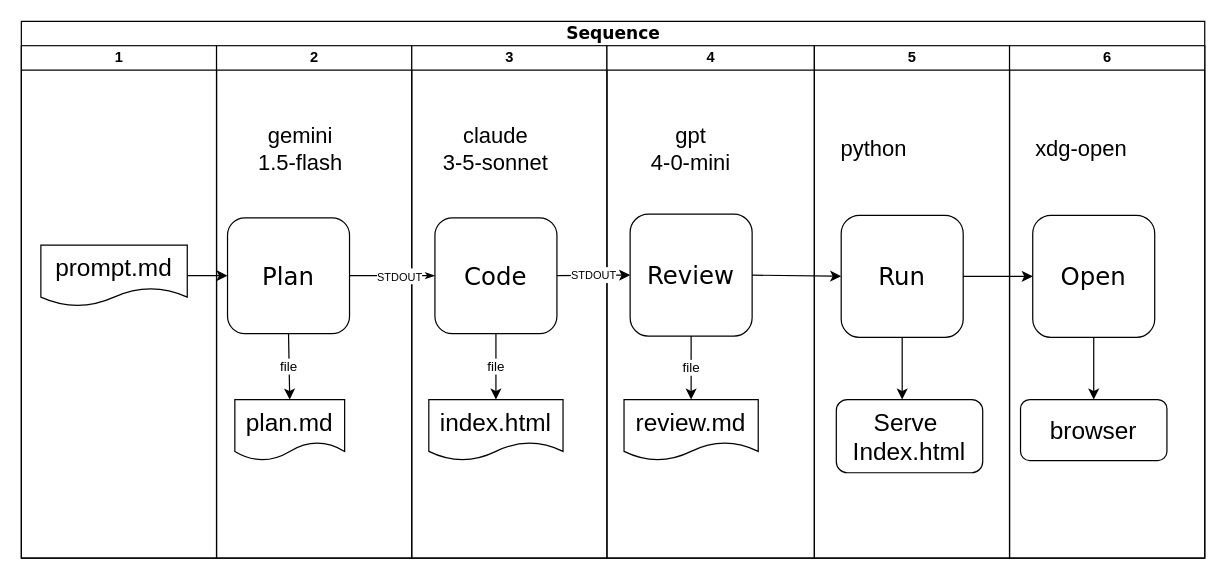
Above: doc/sqirvy.drawio in dmh2000/sqirvy-ai (draw.io), before the change. Source tidied: cells renumbered, new cells numbered last; positions are measured from the earlier drawing's top-left corner, leaving out a move shared by most shapes. Both pictures are drawn from the tidied source at 122%, with x=0, y=0 at pixel (21, 21).
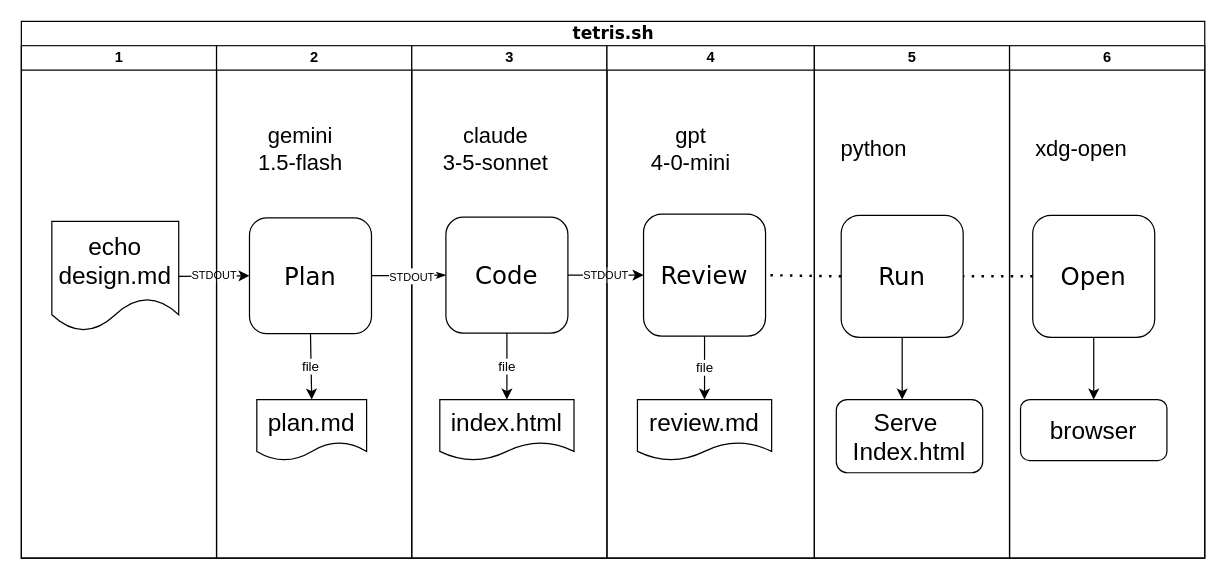
After the change.

The change refers to these unchanged cells:
```xml
<mxCell id="3" value="1" style="swimlane;html=1;startSize=20;" parent="2" vertex="1">
  <mxGeometry y="20" width="160" height="420" as="geometry" />
</mxCell>
<mxCell id="10" value="2" style="swimlane;html=1;startSize=20;" parent="2" vertex="1">
  <mxGeometry x="160" y="20" width="160" height="420" as="geometry" />
</mxCell>
<mxCell id="15" value="3" style="swimlane;html=1;startSize=20;" parent="2" vertex="1">
  <mxGeometry x="320" y="20" width="160" height="420" as="geometry" />
</mxCell>
<mxCell id="21" value="&lt;font style=&quot;font-size: 20px;&quot;&gt;Run&lt;/font&gt;" style="rounded=1;whiteSpace=wrap;html=1;shadow=0;labelBackgroundColor=none;strokeWidth=1;fontFamily=Verdana;fontSize=8;align=center;" parent="20" vertex="1">
  <mxGeometry x="192" y="139" width="100" height="100" as="geometry" />
</mxCell>
<mxCell id="27" style="edgeStyle=orthogonalEdgeStyle;rounded=1;html=1;labelBackgroundColor=none;startArrow=none;startFill=0;startSize=5;endArrow=classicThin;endFill=1;endSize=5;jettySize=auto;strokeWidth=1;fontFamily=Verdana;fontSize=8;" parent="2" edge="1" source="4" target="11">
  <mxGeometry relative="1" as="geometry" />
</mxCell>
<mxCell id="30" value="&lt;font style=&quot;font-size: 20px;&quot;&gt;Open&lt;/font&gt;" style="rounded=1;whiteSpace=wrap;html=1;shadow=0;labelBackgroundColor=none;strokeWidth=1;fontFamily=Verdana;fontSize=8;align=center;" parent="29" vertex="1">
  <mxGeometry x="179" y="139" width="100" height="100" as="geometry" />
</mxCell>
```

Diff of the diagram source:
```diff
@@
-    <mxCell id="2" value="&lt;font style=&quot;font-size: 14px;&quot;&gt;Sequence&lt;/font&gt;" style="swimlane;html=1;startSize=20;rounded=0;shadow=0;labelBackgroundColor=none;strokeWidth=1;fontFamily=Verdana;fontSize=8;align=center;" parent="1" vertex="1">
+    <mxCell id="2" value="&lt;font style=&quot;font-size: 14px;&quot;&gt;tetris.sh&lt;/font&gt;" style="swimlane;html=1;startSize=20;rounded=0;shadow=0;labelBackgroundColor=none;strokeWidth=1;fontFamily=Verdana;fontSize=8;align=center;" parent="1" vertex="1">
       <mxGeometry width="970" height="440" as="geometry" />
     </mxCell>
@@
     <mxCell id="4" value="&lt;font style=&quot;font-size: 20px;&quot;&gt;Plan&lt;/font&gt;" style="rounded=1;whiteSpace=wrap;html=1;shadow=0;labelBackgroundColor=none;strokeWidth=1;fontFamily=Verdana;fontSize=8;align=center;" parent="3" vertex="1">
-      <mxGeometry x="169" y="141" width="100" height="95" as="geometry" />
+      <mxGeometry x="187" y="141" width="100" height="95" as="geometry" />
     </mxCell>
@@
     <mxCell id="6" value="plan.md" style="shape=document;whiteSpace=wrap;html=1;boundedLbl=1;fontSize=20;" parent="3" vertex="1">
-      <mxGeometry x="175" y="290" width="90" height="50" as="geometry" />
+      <mxGeometry x="193" y="290" width="90" height="50" as="geometry" />
     </mxCell>
@@
-    <mxCell id="8" value="prompt.md" style="shape=document;whiteSpace=wrap;html=1;boundedLbl=1;fontSize=20;" parent="3" vertex="1">
-      <mxGeometry x="16" y="163.5" width="120" height="50" as="geometry" />
+    <mxCell id="8" value="&lt;div&gt;echo&lt;/div&gt;design.md" style="shape=document;whiteSpace=wrap;html=1;boundedLbl=1;fontSize=20;" parent="3" vertex="1">
+      <mxGeometry x="25" y="144" width="104" height="90" as="geometry" />
     </mxCell>
-    <mxCell id="9" style="endArrow=classic;html=1;rounded=0;exitX=1;exitY=0.5;exitDx=0;exitDy=0;entryX=0;entryY=0.5;entryDx=0;entryDy=0;" parent="3" edge="1" source="8" target="4">
-      <mxGeometry relative="1" as="geometry" />
+    <mxCell id="9" value="STDOUT" style="endArrow=classic;html=1;rounded=0;exitX=1;exitY=0.5;exitDx=0;exitDy=0;entryX=0;entryY=0.5;entryDx=0;entryDy=0;fontSize=9;" parent="3" edge="1" source="8" target="4">
+      <mxGeometry x="0.01" relative="1" as="geometry" />
     </mxCell>
@@
-    <mxCell id="11" value="&lt;font style=&quot;font-size: 20px;&quot;&gt;Code&lt;/font&gt;" style="rounded=1;whiteSpace=wrap;html=1;shadow=0;labelBackgroundColor=none;strokeWidth=1;fontFamily=Verdana;fontSize=8;align=center;" parent="10" vertex="1">
-      <mxGeometry x="179" y="141" width="100" height="95" as="geometry" />
-    </mxCell>
@@
     <mxCell id="13" value="&lt;font style=&quot;font-size: 20px;&quot;&gt;index.html&lt;/font&gt;" style="shape=document;whiteSpace=wrap;html=1;boundedLbl=1;" parent="10" vertex="1">
-      <mxGeometry x="174" y="290" width="110" height="50" as="geometry" />
+      <mxGeometry x="183" y="290" width="110" height="50" as="geometry" />
     </mxCell>
-    <mxCell id="14" value="file" style="endArrow=classic;html=1;rounded=0;exitX=0.5;exitY=1;exitDx=0;exitDy=0;entryX=0.5;entryY=0;entryDx=0;entryDy=0;" parent="10" edge="1" source="11" target="13">
-      <mxGeometry relative="1" as="geometry" />
-    </mxCell>
@@
     <mxCell id="16" value="&lt;font style=&quot;font-size: 20px;&quot;&gt;Review&lt;/font&gt;" style="rounded=1;whiteSpace=wrap;html=1;shadow=0;labelBackgroundColor=none;strokeWidth=1;fontFamily=Verdana;fontSize=8;align=center;" parent="15" vertex="1">
-      <mxGeometry x="179" y="138" width="100" height="100" as="geometry" />
+      <mxGeometry x="190" y="138" width="100" height="100" as="geometry" />
     </mxCell>
@@
     <mxCell id="18" value="&lt;font style=&quot;font-size: 20px;&quot;&gt;review.md&lt;/font&gt;" style="shape=document;whiteSpace=wrap;html=1;boundedLbl=1;" parent="15" vertex="1">
-      <mxGeometry x="174" y="290" width="110" height="50" as="geometry" />
+      <mxGeometry x="185" y="290" width="110" height="50" as="geometry" />
     </mxCell>
@@
+    <mxCell id="11" value="&lt;font style=&quot;font-size: 20px;&quot;&gt;Code&lt;/font&gt;" style="rounded=1;whiteSpace=wrap;html=1;shadow=0;labelBackgroundColor=none;strokeWidth=1;fontFamily=Verdana;fontSize=8;align=center;" parent="15" vertex="1">
+      <mxGeometry x="28" y="140.5" width="100" height="95" as="geometry" />
+    </mxCell>
+    <mxCell id="25" value="&lt;span style=&quot;color: rgb(0, 0, 0); font-family: Helvetica; font-size: 9px; font-style: normal; font-variant-ligatures: normal; font-variant-caps: normal; font-weight: 400; letter-spacing: normal; orphans: 2; text-align: center; text-indent: 0px; text-transform: none; widows: 2; word-spacing: 0px; -webkit-text-stroke-width: 0px; white-space: nowrap; background-color: rgb(255, 255, 255); text-decoration-thickness: initial; text-decoration-style: initial; text-decoration-color: initial; display: inline !important; float: none;&quot;&gt;STDOUT&lt;/span&gt;" style="endArrow=classic;html=1;rounded=0;exitX=1;exitY=0.5;exitDx=0;exitDy=0;entryX=0;entryY=0.5;entryDx=0;entryDy=0;" parent="15" edge="1" source="11" target="16">
+      <mxGeometry relative="1" as="geometry" />
+    </mxCell>
@@
-    <mxCell id="25" value="&lt;span style=&quot;color: rgb(0, 0, 0); font-family: Helvetica; font-size: 9px; font-style: normal; font-variant-ligatures: normal; font-variant-caps: normal; font-weight: 400; letter-spacing: normal; orphans: 2; text-align: center; text-indent: 0px; text-transform: none; widows: 2; word-spacing: 0px; -webkit-text-stroke-width: 0px; white-space: nowrap; background-color: rgb(255, 255, 255); text-decoration-thickness: initial; text-decoration-style: initial; text-decoration-color: initial; display: inline !important; float: none;&quot;&gt;STDOUT&lt;/span&gt;" style="endArrow=classic;html=1;rounded=0;exitX=1;exitY=0.5;exitDx=0;exitDy=0;entryX=0;entryY=0.5;entryDx=0;entryDy=0;" parent="2" edge="1" source="11" target="16">
-      <mxGeometry relative="1" as="geometry" />
-    </mxCell>
-    <mxCell id="26" style="endArrow=classic;html=1;rounded=0;exitX=1;exitY=0.5;exitDx=0;exitDy=0;entryX=0;entryY=0.5;entryDx=0;entryDy=0;" parent="2" edge="1" source="16" target="21">
-      <mxGeometry relative="1" as="geometry" />
-    </mxCell>
@@
     <mxCell id="28" value="&lt;font style=&quot;font-size: 9px;&quot;&gt;STDOUT&lt;/font&gt;" style="edgeLabel;html=1;align=center;verticalAlign=middle;" parent="27" vertex="1">
       <mxGeometry x="-0.4" y="3" relative="1" as="geometry">
-        <mxPoint x="19" y="3" as="offset" />
+        <mxPoint x="14" y="3" as="offset" />
       </mxGeometry>
     </mxCell>
+    <mxCell id="14" value="file" style="endArrow=classic;html=1;rounded=0;exitX=0.5;exitY=1;exitDx=0;exitDy=0;entryX=0.5;entryY=0;entryDx=0;entryDy=0;" parent="2" edge="1" source="11" target="13">
+      <mxGeometry relative="1" as="geometry" />
+    </mxCell>
+    <mxCell id="36" style="endArrow=none;dashed=1;html=1;dashPattern=1 3;strokeWidth=2;rounded=0;entryX=1;entryY=0.5;entryDx=0;entryDy=0;exitX=0;exitY=0.5;exitDx=0;exitDy=0;" parent="2" edge="1" source="21" target="16">
+      <mxGeometry relative="1" as="geometry" />
+    </mxCell>
@@
-    <mxCell id="34" style="endArrow=classic;html=1;rounded=0;entryX=0;entryY=0.5;entryDx=0;entryDy=0;exitX=1;exitY=0.5;exitDx=0;exitDy=0;" parent="1" edge="1" source="21" target="30">
-      <mxGeometry relative="1" as="geometry" />
-    </mxCell>
@@
+    <mxCell id="37" style="endArrow=none;dashed=1;html=1;dashPattern=1 3;strokeWidth=2;rounded=0;entryX=1;entryY=0.5;entryDx=0;entryDy=0;exitX=0;exitY=0.5;exitDx=0;exitDy=0;" parent="1" edge="1" source="30" target="21">
+      <mxGeometry relative="1" as="geometry" />
+    </mxCell>
```
